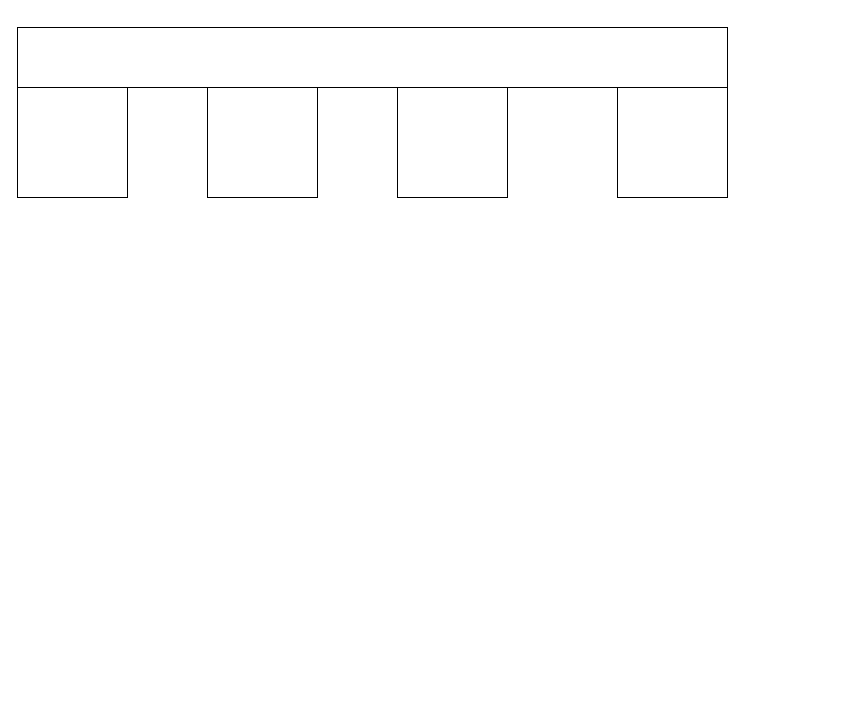
Above: Untitled Diagram.drawio in LorenzovandenDungen/admincrud (draw.io), before the change. Source tidied: cells renumbered, new cells numbered last; positions are measured from the earlier drawing's top-left corner, leaving out a move shared by most shapes. Both pictures are drawn from the tidied source at 100%, with x=0, y=0 at pixel (17, 27).
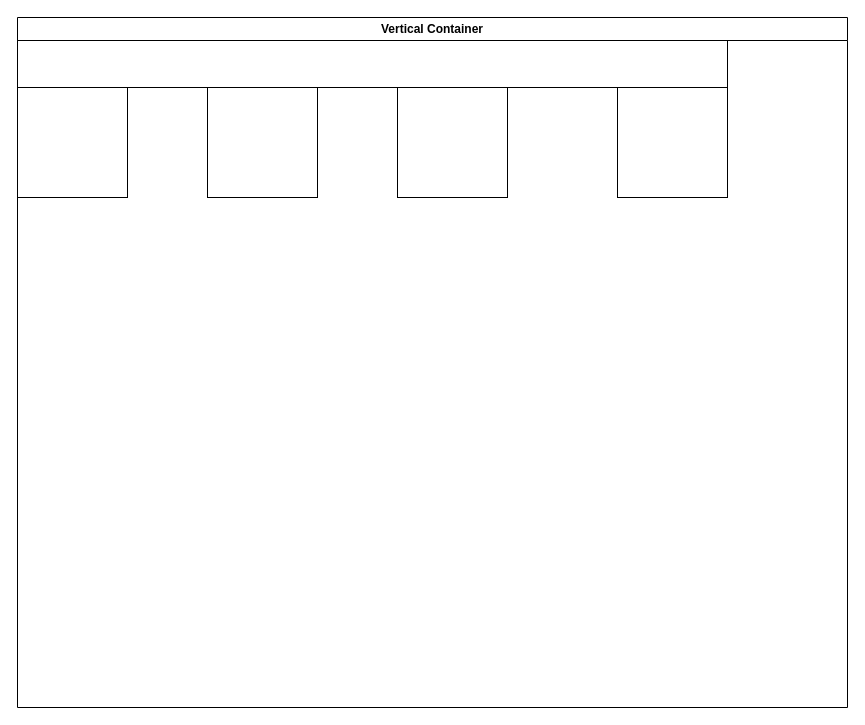
The same page after the edit.

The edit, as a diff of the source:
```diff
@@
 <mxGraphModel>
   <root>
     <mxCell id="0" />
     <mxCell id="1" parent="0" />
     <mxCell id="2" style="whiteSpace=wrap;html=1;" parent="1" vertex="1">
       <mxGeometry y="60" width="110" height="110" as="geometry" />
     </mxCell>
     <mxCell id="3" style="rounded=0;whiteSpace=wrap;html=1;" parent="1" vertex="1">
       <mxGeometry width="710" height="60" as="geometry" />
     </mxCell>
     <mxCell id="4" style="whiteSpace=wrap;html=1;" parent="1" vertex="1">
       <mxGeometry x="190" y="60" width="110" height="110" as="geometry" />
     </mxCell>
     <mxCell id="5" style="whiteSpace=wrap;html=1;" parent="1" vertex="1">
       <mxGeometry x="380" y="60" width="110" height="110" as="geometry" />
     </mxCell>
     <mxCell id="6" style="whiteSpace=wrap;html=1;" parent="1" vertex="1">
       <mxGeometry x="600" y="60" width="110" height="110" as="geometry" />
     </mxCell>
+    <mxCell id="7" value="Vertical Container" style="swimlane;whiteSpace=wrap;html=1;" parent="1" vertex="1">
+      <mxGeometry y="-10" width="830" height="690" as="geometry" />
+    </mxCell>
   </root>
 </mxGraphModel>
```
